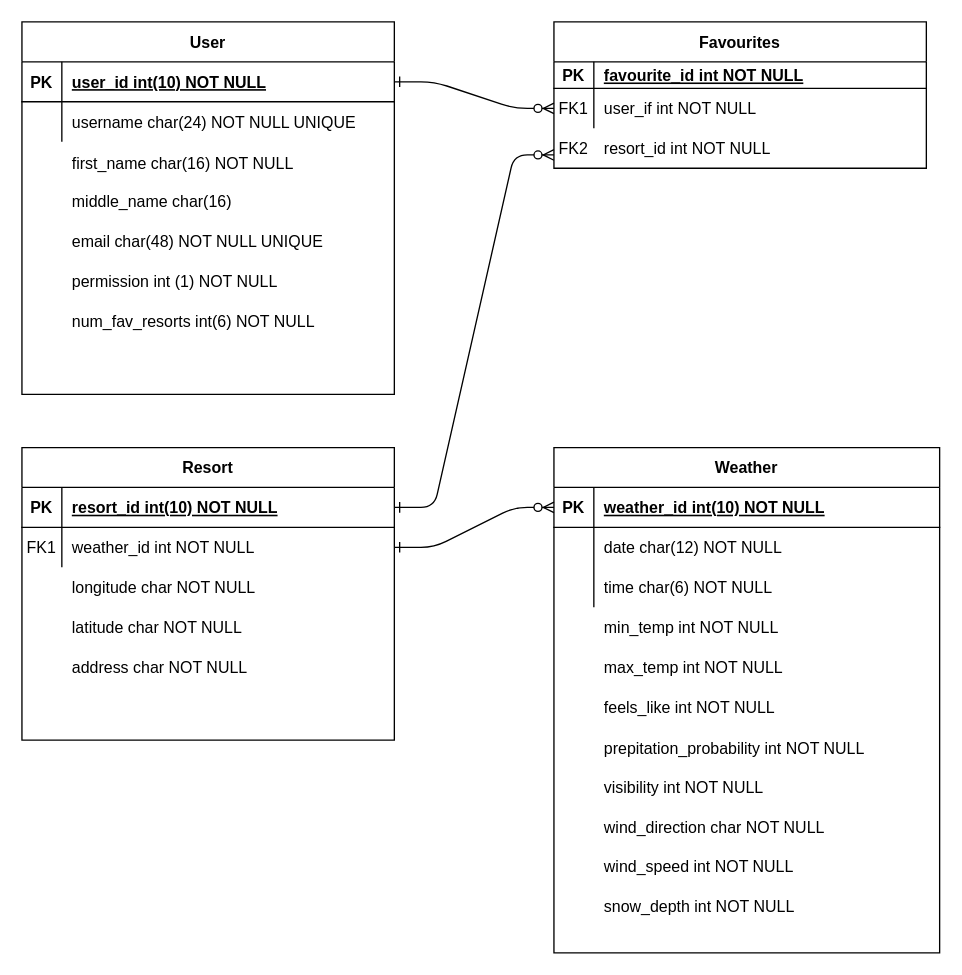
Earlier version of the draw.io diagram SQL_ERD.drawio (DARAEDom/l6s2_industrial_project). Source tidied: cells renumbered, new cells numbered last; positions are measured from the earlier drawing's top-left corner, leaving out a move shared by most shapes. Both pictures are drawn from the tidied source at 133%, with x=0, y=0 at pixel (21, 21).
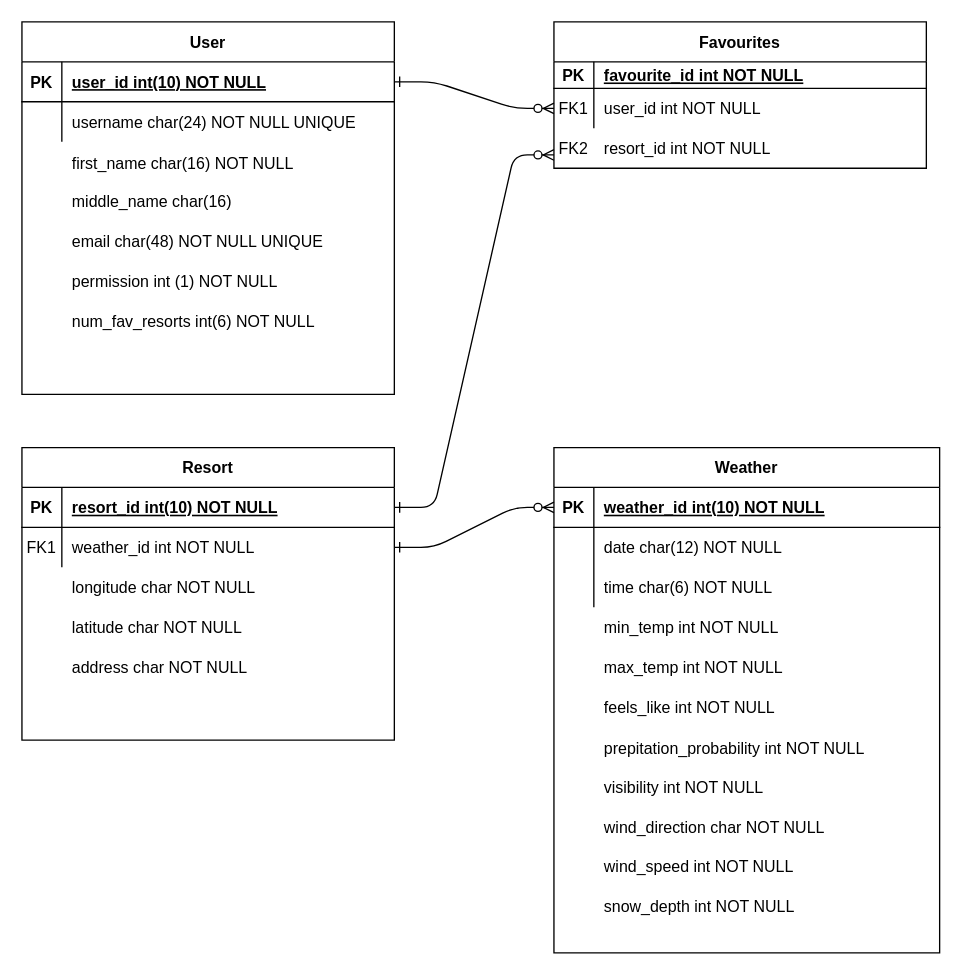
After the change.

The change refers to these unchanged cells:
```xml
<mxCell id="54" style="shape=partialRectangle;fillColor=none;points=[[0,0.5],[1,0.5]];portConstraint=eastwest;top=0;left=0;right=0;bottom=0;" parent="50" vertex="1">
  <mxGeometry y="50" width="280" height="30" as="geometry" />
</mxCell>
```

What changed in the source:
```diff
@@
-    <mxCell id="56" value="user_if int NOT NULL" style="shape=partialRectangle;overflow=hidden;fillColor=none;top=0;left=0;bottom=0;right=0;align=left;spacingLeft=6;" parent="54" vertex="1">
+    <mxCell id="56" value="user_id int NOT NULL" style="shape=partialRectangle;overflow=hidden;fillColor=none;top=0;left=0;bottom=0;right=0;align=left;spacingLeft=6;" parent="54" vertex="1">
       <mxGeometry x="30" width="250" height="30" as="geometry" />
     </mxCell>
```
